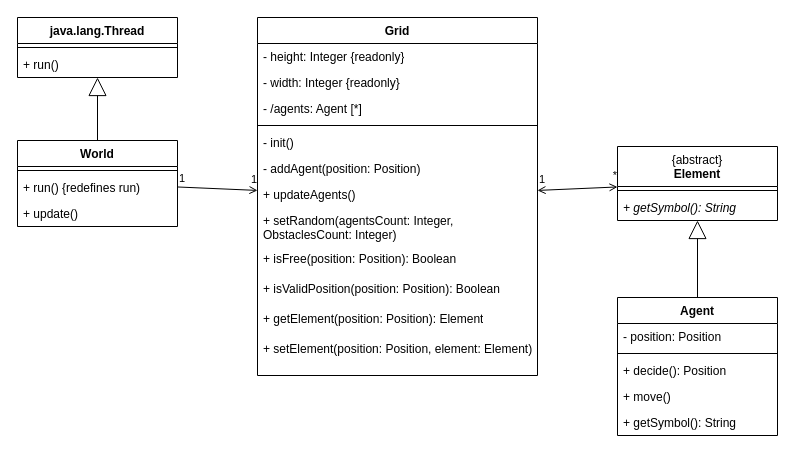
Earlier version of the draw.io diagram Diagrams/Class Diagram.drawio (highestPACE/mini-agent-simulation). Source tidied: cells renumbered, new cells numbered last; positions are measured from the earlier drawing's top-left corner, leaving out a move shared by most shapes. Both pictures are drawn from the tidied source at 100%, with x=0, y=0 at pixel (17, 17).
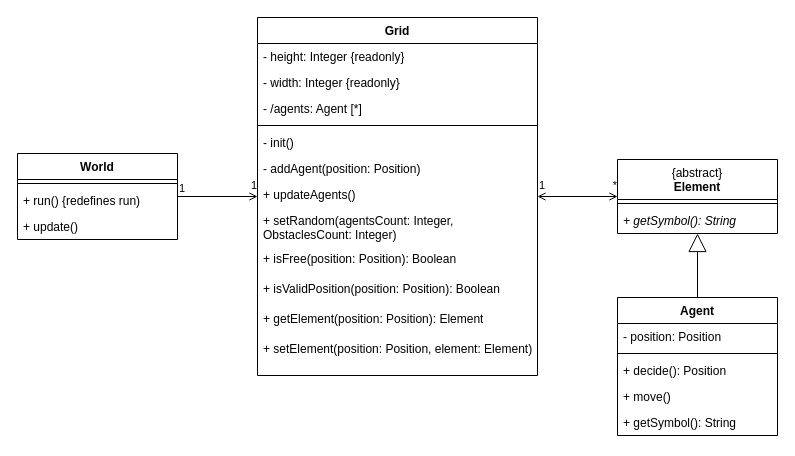
The same page after the edit.

Commit message (it also covers changes not shown here):
World is not a thread anymore

The edit, as a diff of the source:
```diff
@@
     <mxCell id="2" value="World" style="swimlane;fontStyle=1;align=center;verticalAlign=top;horizontal=1;startSize=26;whiteSpace=wrap;html=1;" parent="1" vertex="1">
-      <mxGeometry y="123" width="160" height="86" as="geometry" />
+      <mxGeometry y="136" width="160" height="86" as="geometry" />
     </mxCell>
@@
-    <mxCell id="28" value="java.lang.Thread" style="swimlane;fontStyle=1;align=center;verticalAlign=top;horizontal=1;startSize=26;whiteSpace=wrap;html=1;" parent="1" vertex="1">
-      <mxGeometry width="160" height="60" as="geometry" />
-    </mxCell>
-    <mxCell id="29" style="line;strokeWidth=1;fillColor=none;align=left;verticalAlign=middle;spacingTop=-1;spacingLeft=3;spacingRight=3;labelPosition=right;strokeColor=inherit;" parent="28" vertex="1">
-      <mxGeometry y="26" width="160" height="8" as="geometry" />
-    </mxCell>
-    <mxCell id="30" value="+ run()" style="text;strokeColor=none;fillColor=none;align=left;verticalAlign=top;spacingLeft=4;spacingRight=4;overflow=hidden;whiteSpace=wrap;html=1;" parent="28" vertex="1">
-      <mxGeometry y="34" width="160" height="26" as="geometry" />
-    </mxCell>
-    <mxCell id="31" style="endArrow=block;endSize=16;endFill=0;html=1;rounded=0;" parent="1" edge="1" source="2" target="28">
-      <mxGeometry relative="1" as="geometry" />
-    </mxCell>
     <mxCell id="32" value="&lt;span style=&quot;font-weight: normal;&quot;&gt;{abstract}&lt;/span&gt;&lt;br&gt;Element" style="swimlane;fontStyle=1;align=center;verticalAlign=top;horizontal=1;startSize=40;whiteSpace=wrap;html=1;" parent="1" vertex="1">
-      <mxGeometry x="600" y="129" width="160" height="74" as="geometry" />
+      <mxGeometry x="600" y="142" width="160" height="74" as="geometry" />
     </mxCell>
```
